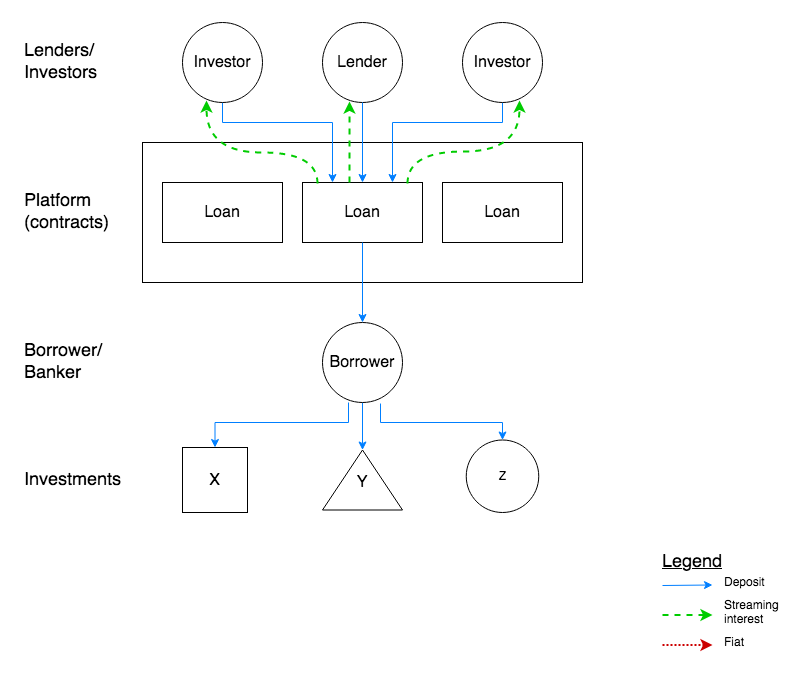
Earlier version of the draw.io export presentation/slide03.png (johnson86tw/defuma). Source tidied: cells renumbered, new cells last; positions are measured from the earlier drawing's top-left corner, leaving out a move shared by most shapes.
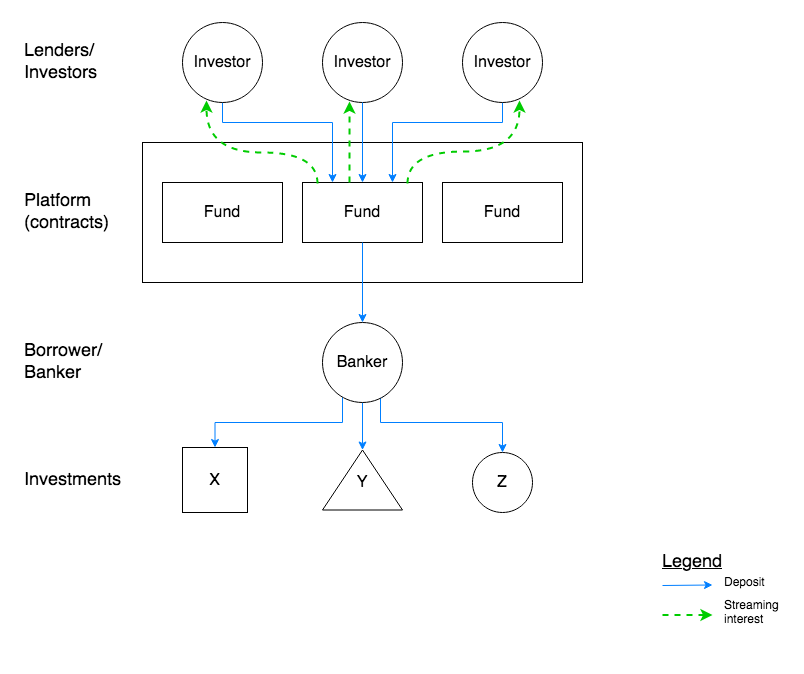
The same file after the commit.

Commit message:
Update slides with lender/investor, borrower/banker

What changed in the source:
```diff
@@ -1,150 +1,142 @@
 <mxGraphModel>
   <root>
-    <mxCell id="0" />
-    <mxCell id="1" parent="0" />
+    <mxCell id="36" />
+    <mxCell id="37" parent="36" />
-    <mxCell id="2" style="rounded=0;whiteSpace=wrap;html=1;strokeWidth=4;fillColor=none;strokeColor=none;" parent="1" vertex="1">
+    <mxCell id="2" style="rounded=0;whiteSpace=wrap;html=1;strokeWidth=4;fillColor=none;strokeColor=none;" parent="37" vertex="1">
       <mxGeometry width="800" height="670" as="geometry" />
     </mxCell>
-    <mxCell id="3" value="&lt;font style=&quot;font-size: 16px&quot;&gt;Lender&lt;/font&gt;" style="ellipse;whiteSpace=wrap;html=1;" parent="1" vertex="1">
-      <mxGeometry x="320" y="20" width="80" height="80" as="geometry" />
-    </mxCell>
-    <mxCell id="4" style="edgeStyle=orthogonalEdgeStyle;rounded=0;jettySize=auto;html=1;strokeColor=#007FFF;" parent="1" edge="1" source="7" target="16">
-      <mxGeometry relative="1" as="geometry" />
-    </mxCell>
-    <mxCell id="5" style="edgeStyle=orthogonalEdgeStyle;rounded=0;jettySize=auto;html=1;entryX=0.5;entryY=0;entryDx=0;entryDy=0;exitX=0.325;exitY=1;exitDx=0;exitDy=0;exitPerimeter=0;strokeColor=#007FFF;" parent="1" edge="1" source="7" target="15">
-      <mxGeometry relative="1" as="geometry">
-        <Array as="points">
-          <mxPoint x="346" y="420" />
-          <mxPoint x="213" y="420" />
-        </Array>
-      </mxGeometry>
-    </mxCell>
-    <mxCell id="6" style="edgeStyle=orthogonalEdgeStyle;rounded=0;jettySize=auto;html=1;exitX=0.725;exitY=1.013;exitDx=0;exitDy=0;exitPerimeter=0;strokeColor=#007FFF;entryX=0.5;entryY=0;entryDx=0;entryDy=0;" parent="1" edge="1" source="7" target="35">
-      <mxGeometry relative="1" as="geometry">
-        <Array as="points">
-          <mxPoint x="378" y="420" />
-          <mxPoint x="500" y="420" />
-          <mxPoint x="500" y="438" />
-        </Array>
-      </mxGeometry>
-    </mxCell>
-    <mxCell id="7" value="&lt;div style=&quot;font-size: 16px&quot;&gt;&lt;font style=&quot;font-size: 16px&quot;&gt;Borrower&lt;/font&gt;&lt;/div&gt;" style="ellipse;whiteSpace=wrap;html=1;" parent="1" vertex="1">
-      <mxGeometry x="320" y="320" width="80" height="80" as="geometry" />
-    </mxCell>
+    <mxCell id="38" value="&lt;font style=&quot;font-size: 16px&quot;&gt;Investor&lt;/font&gt;" style="ellipse;whiteSpace=wrap;html=1;" parent="37" vertex="1">
+      <mxGeometry x="320" y="20" width="80" height="80" as="geometry" />
+    </mxCell>
+    <mxCell id="39" style="edgeStyle=orthogonalEdgeStyle;rounded=0;jettySize=auto;html=1;strokeColor=#007FFF;" parent="37" edge="1" source="42" target="16">
+      <mxGeometry relative="1" as="geometry" />
+    </mxCell>
+    <mxCell id="40" style="edgeStyle=orthogonalEdgeStyle;rounded=0;jettySize=auto;html=1;exitX=0.75;exitY=0.938;exitDx=0;exitDy=0;exitPerimeter=0;strokeColor=#007FFF;entryX=0.5;entryY=0;entryDx=0;entryDy=0;" parent="37" edge="1" source="42" target="35">
+      <mxGeometry relative="1" as="geometry">
+        <Array as="points">
+          <mxPoint x="378" y="395" />
+          <mxPoint x="378" y="420" />
+          <mxPoint x="500" y="420" />
+        </Array>
+      </mxGeometry>
+    </mxCell>
+    <mxCell id="41" style="edgeStyle=orthogonalEdgeStyle;rounded=0;jettySize=auto;html=1;entryX=0.5;entryY=0;entryDx=0;entryDy=0;exitX=0.263;exitY=0.938;exitDx=0;exitDy=0;exitPerimeter=0;strokeColor=#007FFF;" parent="37" edge="1" source="42" target="15">
+      <mxGeometry relative="1" as="geometry">
+        <Array as="points">
+          <mxPoint x="340" y="395" />
+          <mxPoint x="340" y="420" />
+          <mxPoint x="213" y="420" />
+        </Array>
+      </mxGeometry>
+    </mxCell>
+    <mxCell id="42" value="&lt;div style=&quot;font-size: 16px&quot;&gt;&lt;font style=&quot;font-size: 16px&quot;&gt;Banker&lt;/font&gt;&lt;/div&gt;" style="ellipse;whiteSpace=wrap;html=1;" parent="37" vertex="1">
+      <mxGeometry x="320" y="320" width="80" height="80" as="geometry" />
+    </mxCell>
-    <mxCell id="8" style="rounded=0;whiteSpace=wrap;html=1;" parent="1" vertex="1">
+    <mxCell id="8" style="rounded=0;whiteSpace=wrap;html=1;" parent="37" vertex="1">
       <mxGeometry x="140" y="140" width="440" height="140" as="geometry" />
     </mxCell>
-    <mxCell id="9" value="&lt;font style=&quot;font-size: 16px&quot;&gt;Loan&lt;/font&gt;" style="rounded=0;whiteSpace=wrap;html=1;" parent="1" vertex="1">
-      <mxGeometry x="300" y="180" width="120" height="60" as="geometry" />
-    </mxCell>
-    <mxCell id="10" style="endArrow=classic;html=1;exitX=0.5;exitY=1;exitDx=0;exitDy=0;entryX=0.5;entryY=0;entryDx=0;entryDy=0;strokeColor=#007FFF;" parent="1" edge="1" source="3" target="9">
-      <mxGeometry relative="1" as="geometry" />
-    </mxCell>
-    <mxCell id="11" style="endArrow=classic;html=1;exitX=0.5;exitY=1;exitDx=0;exitDy=0;entryX=0.5;entryY=0;entryDx=0;entryDy=0;strokeColor=#007FFF;" parent="1" edge="1" source="9" target="7">
-      <mxGeometry relative="1" as="geometry" />
-    </mxCell>
+    <mxCell id="43" value="&lt;font style=&quot;font-size: 16px&quot;&gt;Fund&lt;/font&gt;" style="rounded=0;whiteSpace=wrap;html=1;" parent="37" vertex="1">
+      <mxGeometry x="300" y="180" width="120" height="60" as="geometry" />
+    </mxCell>
+    <mxCell id="44" style="endArrow=classic;html=1;exitX=0.5;exitY=1;exitDx=0;exitDy=0;entryX=0.5;entryY=0;entryDx=0;entryDy=0;strokeColor=#007FFF;" parent="37" edge="1" source="38" target="43">
+      <mxGeometry relative="1" as="geometry" />
+    </mxCell>
+    <mxCell id="45" style="endArrow=classic;html=1;exitX=0.5;exitY=1;exitDx=0;exitDy=0;entryX=0.5;entryY=0;entryDx=0;entryDy=0;strokeColor=#007FFF;" parent="37" edge="1" source="43" target="42">
+      <mxGeometry relative="1" as="geometry" />
+    </mxCell>
-    <mxCell id="12" value="&lt;div align=&quot;left&quot;&gt;&lt;font style=&quot;font-size: 18px&quot;&gt;Platform&lt;/font&gt;&lt;br&gt;&lt;font style=&quot;font-size: 18px&quot;&gt;(contracts)&lt;/font&gt;&lt;/div&gt;" style="text;html=1;strokeColor=none;fillColor=none;align=left;verticalAlign=middle;whiteSpace=wrap;rounded=0;" parent="1" vertex="1">
+    <mxCell id="12" value="&lt;div align=&quot;left&quot;&gt;&lt;font style=&quot;font-size: 18px&quot;&gt;Platform&lt;/font&gt;&lt;br&gt;&lt;font style=&quot;font-size: 18px&quot;&gt;(contracts)&lt;/font&gt;&lt;/div&gt;" style="text;html=1;strokeColor=none;fillColor=none;align=left;verticalAlign=middle;whiteSpace=wrap;rounded=0;" parent="37" vertex="1">
       <mxGeometry x="20" y="200" width="40" height="20" as="geometry" />
     </mxCell>
-    <mxCell id="13" value="&lt;div align=&quot;left&quot;&gt;&lt;font style=&quot;font-size: 18px&quot;&gt;Lenders/ Investors&lt;/font&gt;&lt;/div&gt;" style="text;html=1;strokeColor=none;fillColor=none;align=left;verticalAlign=middle;whiteSpace=wrap;rounded=0;" parent="1" vertex="1">
+    <mxCell id="13" value="&lt;div align=&quot;left&quot;&gt;&lt;font style=&quot;font-size: 18px&quot;&gt;Lenders/ Investors&lt;/font&gt;&lt;/div&gt;" style="text;html=1;strokeColor=none;fillColor=none;align=left;verticalAlign=middle;whiteSpace=wrap;rounded=0;" parent="37" vertex="1">
       <mxGeometry x="20" y="50" width="40" height="20" as="geometry" />
     </mxCell>
-    <mxCell id="14" value="&lt;div style=&quot;font-size: 18px&quot; align=&quot;left&quot;&gt;&lt;font style=&quot;font-size: 18px&quot;&gt;Borrower/ Banker&lt;/font&gt;&lt;/div&gt;" style="text;html=1;strokeColor=none;fillColor=none;align=left;verticalAlign=middle;whiteSpace=wrap;rounded=0;" parent="1" vertex="1">
+    <mxCell id="14" value="&lt;div style=&quot;font-size: 18px&quot; align=&quot;left&quot;&gt;&lt;font style=&quot;font-size: 18px&quot;&gt;Borrower/ Banker&lt;/font&gt;&lt;/div&gt;" style="text;html=1;strokeColor=none;fillColor=none;align=left;verticalAlign=middle;whiteSpace=wrap;rounded=0;" parent="37" vertex="1">
       <mxGeometry x="20" y="350" width="40" height="20" as="geometry" />
     </mxCell>
-    <mxCell id="15" value="&lt;font style=&quot;font-size: 16px&quot;&gt;X&lt;/font&gt;" style="whiteSpace=wrap;html=1;" parent="1" vertex="1">
+    <mxCell id="15" value="&lt;font style=&quot;font-size: 16px&quot;&gt;X&lt;/font&gt;" style="whiteSpace=wrap;html=1;" parent="37" vertex="1">
       <mxGeometry x="180" y="445" width="65" height="65" as="geometry" />
     </mxCell>
-    <mxCell id="16" style="triangle;whiteSpace=wrap;html=1;rotation=-90;" parent="1" vertex="1">
+    <mxCell id="16" style="triangle;whiteSpace=wrap;html=1;rotation=-90;" parent="37" vertex="1">
       <mxGeometry x="330" y="437.5" width="60" height="80" as="geometry" />
     </mxCell>
-    <mxCell id="17" value="&lt;div style=&quot;font-size: 18px&quot; align=&quot;left&quot;&gt;&lt;font style=&quot;font-size: 18px&quot;&gt;Investments&lt;/font&gt;&lt;/div&gt;" style="text;html=1;strokeColor=none;fillColor=none;align=left;verticalAlign=middle;whiteSpace=wrap;rounded=0;" parent="1" vertex="1">
+    <mxCell id="17" value="&lt;div style=&quot;font-size: 18px&quot; align=&quot;left&quot;&gt;&lt;font style=&quot;font-size: 18px&quot;&gt;Investments&lt;/font&gt;&lt;/div&gt;" style="text;html=1;strokeColor=none;fillColor=none;align=left;verticalAlign=middle;whiteSpace=wrap;rounded=0;" parent="37" vertex="1">
       <mxGeometry x="20" y="467.5" width="40" height="20" as="geometry" />
     </mxCell>
-    <mxCell id="18" style="edgeStyle=orthogonalEdgeStyle;rounded=0;jettySize=auto;html=1;entryX=0.75;entryY=0;entryDx=0;entryDy=0;strokeColor=#007FFF;" parent="1" edge="1" source="19" target="9">
-      <mxGeometry relative="1" as="geometry">
-        <Array as="points">
-          <mxPoint x="500" y="120" />
-          <mxPoint x="390" y="120" />
-        </Array>
-      </mxGeometry>
-    </mxCell>
+    <mxCell id="46" style="edgeStyle=orthogonalEdgeStyle;rounded=0;jettySize=auto;html=1;entryX=0.75;entryY=0;entryDx=0;entryDy=0;strokeColor=#007FFF;" parent="37" edge="1" source="19" target="43">
+      <mxGeometry relative="1" as="geometry">
+        <Array as="points">
+          <mxPoint x="500" y="120" />
+          <mxPoint x="390" y="120" />
+        </Array>
+      </mxGeometry>
+    </mxCell>
-    <mxCell id="19" value="&lt;font style=&quot;font-size: 16px&quot;&gt;Investor&lt;/font&gt;" style="ellipse;whiteSpace=wrap;html=1;" parent="1" vertex="1">
+    <mxCell id="19" value="&lt;font style=&quot;font-size: 16px&quot;&gt;Investor&lt;/font&gt;" style="ellipse;whiteSpace=wrap;html=1;" parent="37" vertex="1">
       <mxGeometry x="460" y="20" width="80" height="80" as="geometry" />
     </mxCell>
-    <mxCell id="20" style="edgeStyle=orthogonalEdgeStyle;rounded=0;jettySize=auto;html=1;entryX=0.25;entryY=0;entryDx=0;entryDy=0;strokeColor=#007FFF;" parent="1" edge="1" source="21" target="9">
-      <mxGeometry relative="1" as="geometry">
-        <Array as="points">
-          <mxPoint x="220" y="120" />
-          <mxPoint x="330" y="120" />
-        </Array>
-      </mxGeometry>
-    </mxCell>
+    <mxCell id="47" style="edgeStyle=orthogonalEdgeStyle;rounded=0;jettySize=auto;html=1;entryX=0.25;entryY=0;entryDx=0;entryDy=0;strokeColor=#007FFF;" parent="37" edge="1" source="21" target="43">
+      <mxGeometry relative="1" as="geometry">
+        <Array as="points">
+          <mxPoint x="220" y="120" />
+          <mxPoint x="330" y="120" />
+        </Array>
+      </mxGeometry>
+    </mxCell>
-    <mxCell id="21" value="&lt;font style=&quot;font-size: 16px&quot;&gt;Investor&lt;/font&gt;" style="ellipse;whiteSpace=wrap;html=1;" parent="1" vertex="1">
+    <mxCell id="21" value="&lt;font style=&quot;font-size: 16px&quot;&gt;Investor&lt;/font&gt;" style="ellipse;whiteSpace=wrap;html=1;" parent="37" vertex="1">
       <mxGeometry x="180" y="20" width="80" height="80" as="geometry" />
     </mxCell>
-    <mxCell id="22" value="&lt;font style=&quot;font-size: 16px&quot;&gt;Y&lt;/font&gt;" style="text;html=1;strokeColor=none;fillColor=none;align=center;verticalAlign=middle;whiteSpace=wrap;rounded=0;" parent="1" vertex="1">
+    <mxCell id="22" value="&lt;font style=&quot;font-size: 16px&quot;&gt;Y&lt;/font&gt;" style="text;html=1;strokeColor=none;fillColor=none;align=center;verticalAlign=middle;whiteSpace=wrap;rounded=0;" parent="37" vertex="1">
       <mxGeometry x="340" y="470" width="40" height="20" as="geometry" />
     </mxCell>
-    <mxCell id="23" value="&lt;font style=&quot;font-size: 16px&quot;&gt;Loan&lt;/font&gt;" style="rounded=0;whiteSpace=wrap;html=1;" parent="1" vertex="1">
-      <mxGeometry x="440" y="180" width="120" height="60" as="geometry" />
-    </mxCell>
-    <mxCell id="24" value="&lt;font style=&quot;font-size: 16px&quot;&gt;Loan&lt;/font&gt;" style="rounded=0;whiteSpace=wrap;html=1;" parent="1" vertex="1">
-      <mxGeometry x="160" y="180" width="120" height="60" as="geometry" />
-    </mxCell>
-    <mxCell id="25" style="curved=1;endArrow=classic;html=1;exitX=0.125;exitY=0.017;exitDx=0;exitDy=0;exitPerimeter=0;entryX=0.3;entryY=0.975;entryDx=0;entryDy=0;entryPerimeter=0;dashed=1;strokeColor=#00CC00;strokeWidth=2;" parent="1" edge="1" source="9" target="21">
-      <mxGeometry relative="1" as="geometry">
-        <Array as="points">
-          <mxPoint x="315" y="150" />
-          <mxPoint x="204" y="150" />
-        </Array>
-      </mxGeometry>
-    </mxCell>
-    <mxCell id="26" style="curved=1;endArrow=classic;html=1;exitX=0.875;exitY=0.017;exitDx=0;exitDy=0;exitPerimeter=0;entryX=0.713;entryY=0.975;entryDx=0;entryDy=0;entryPerimeter=0;dashed=1;strokeColor=#00CC00;strokeWidth=2;" parent="1" edge="1" source="9" target="19">
-      <mxGeometry relative="1" as="geometry">
-        <Array as="points">
-          <mxPoint x="405" y="149" />
-          <mxPoint x="517" y="149" />
-        </Array>
-      </mxGeometry>
-    </mxCell>
+    <mxCell id="48" value="&lt;font style=&quot;font-size: 16px&quot;&gt;Fund&lt;/font&gt;" style="rounded=0;whiteSpace=wrap;html=1;" parent="37" vertex="1">
+      <mxGeometry x="440" y="180" width="120" height="60" as="geometry" />
+    </mxCell>
+    <mxCell id="49" value="&lt;font style=&quot;font-size: 16px&quot;&gt;Fund&lt;/font&gt;" style="rounded=0;whiteSpace=wrap;html=1;" parent="37" vertex="1">
+      <mxGeometry x="160" y="180" width="120" height="60" as="geometry" />
+    </mxCell>
+    <mxCell id="50" style="curved=1;endArrow=classic;html=1;exitX=0.125;exitY=0.017;exitDx=0;exitDy=0;exitPerimeter=0;entryX=0.3;entryY=0.975;entryDx=0;entryDy=0;entryPerimeter=0;dashed=1;strokeColor=#00CC00;strokeWidth=2;" parent="37" edge="1" source="43" target="21">
+      <mxGeometry relative="1" as="geometry">
+        <Array as="points">
+          <mxPoint x="315" y="150" />
+          <mxPoint x="204" y="150" />
+        </Array>
+      </mxGeometry>
+    </mxCell>
+    <mxCell id="51" style="curved=1;endArrow=classic;html=1;exitX=0.875;exitY=0.017;exitDx=0;exitDy=0;exitPerimeter=0;entryX=0.713;entryY=0.975;entryDx=0;entryDy=0;entryPerimeter=0;dashed=1;strokeColor=#00CC00;strokeWidth=2;" parent="37" edge="1" source="43" target="19">
+      <mxGeometry relative="1" as="geometry">
+        <Array as="points">
+          <mxPoint x="405" y="149" />
+          <mxPoint x="517" y="149" />
+        </Array>
+      </mxGeometry>
+    </mxCell>
-    <mxCell id="27" value="&lt;u&gt;&lt;font style=&quot;font-size: 18px&quot;&gt;Legend&lt;/font&gt;&lt;/u&gt;" style="text;html=1;strokeColor=none;fillColor=none;align=center;verticalAlign=middle;whiteSpace=wrap;rounded=0;" parent="1" vertex="1">
+    <mxCell id="27" value="&lt;u&gt;&lt;font style=&quot;font-size: 18px&quot;&gt;Legend&lt;/font&gt;&lt;/u&gt;" style="text;html=1;strokeColor=none;fillColor=none;align=center;verticalAlign=middle;whiteSpace=wrap;rounded=0;" parent="37" vertex="1">
       <mxGeometry x="670" y="550" width="40" height="20" as="geometry" />
     </mxCell>
-    <mxCell id="28" style="endArrow=classic;html=1;dashed=1;strokeColor=#00CC00;strokeWidth=2;" parent="1" edge="1">
-      <mxGeometry relative="1" as="geometry">
-        <mxPoint x="660" y="612.5" as="sourcePoint" />
-        <mxPoint x="710" y="612.5" as="targetPoint" />
-      </mxGeometry>
-    </mxCell>
+    <mxCell id="52" style="endArrow=classic;html=1;dashed=1;strokeColor=#00CC00;strokeWidth=2;" parent="37" edge="1">
+      <mxGeometry relative="1" as="geometry">
+        <mxPoint x="660" y="612.5" as="sourcePoint" />
+        <mxPoint x="710" y="612.5" as="targetPoint" />
+      </mxGeometry>
+    </mxCell>
-    <mxCell id="29" value="&lt;div align=&quot;left&quot;&gt;Streaming interest&lt;br&gt;&lt;/div&gt;" style="text;html=1;strokeColor=none;fillColor=none;align=left;verticalAlign=middle;whiteSpace=wrap;rounded=0;" parent="1" vertex="1">
+    <mxCell id="29" value="&lt;div align=&quot;left&quot;&gt;Streaming interest&lt;br&gt;&lt;/div&gt;" style="text;html=1;strokeColor=none;fillColor=none;align=left;verticalAlign=middle;whiteSpace=wrap;rounded=0;" parent="37" vertex="1">
       <mxGeometry x="720" y="600" width="40" height="20" as="geometry" />
     </mxCell>
-    <mxCell id="30" style="endArrow=classic;html=1;strokeColor=#007FFF;" parent="1" edge="1">
-      <mxGeometry relative="1" as="geometry">
-        <mxPoint x="660" y="583" as="sourcePoint" />
-        <mxPoint x="710" y="582.5" as="targetPoint" />
-      </mxGeometry>
-    </mxCell>
+    <mxCell id="53" style="endArrow=classic;html=1;strokeColor=#007FFF;" parent="37" edge="1">
+      <mxGeometry relative="1" as="geometry">
+        <mxPoint x="660" y="583" as="sourcePoint" />
+        <mxPoint x="710" y="582.5" as="targetPoint" />
+      </mxGeometry>
+    </mxCell>
-    <mxCell id="31" value="Deposit" style="text;html=1;strokeColor=none;fillColor=none;align=left;verticalAlign=middle;whiteSpace=wrap;rounded=0;" parent="1" vertex="1">
+    <mxCell id="31" value="Deposit" style="text;html=1;strokeColor=none;fillColor=none;align=left;verticalAlign=middle;whiteSpace=wrap;rounded=0;" parent="37" vertex="1">
       <mxGeometry x="720" y="570" width="40" height="20" as="geometry" />
     </mxCell>
-    <mxCell id="32" style="endArrow=classic;html=1;entryX=0.338;entryY=0.988;entryDx=0;entryDy=0;entryPerimeter=0;dashed=1;strokeColor=#00CC00;strokeWidth=2;" parent="1" edge="1" target="3">
-      <mxGeometry relative="1" as="geometry">
-        <mxPoint x="347" y="180" as="sourcePoint" />
-      </mxGeometry>
-    </mxCell>
-    <mxCell id="33" style="endArrow=classic;html=1;strokeColor=#CC0000;strokeWidth=2;dashed=1;dashPattern=1 1;" parent="1" edge="1">
-      <mxGeometry relative="1" as="geometry">
-        <mxPoint x="660" y="642.5" as="sourcePoint" />
-        <mxPoint x="710" y="642.5" as="targetPoint" />
-      </mxGeometry>
-    </mxCell>
-    <mxCell id="34" value="&lt;div&gt;Fiat&lt;/div&gt;" style="text;html=1;strokeColor=none;fillColor=none;align=left;verticalAlign=middle;whiteSpace=wrap;rounded=0;" parent="1" vertex="1">
-      <mxGeometry x="720" y="630" width="40" height="20" as="geometry" />
-    </mxCell>
+    <mxCell id="54" style="endArrow=classic;html=1;entryX=0.338;entryY=0.988;entryDx=0;entryDy=0;entryPerimeter=0;dashed=1;strokeColor=#00CC00;strokeWidth=2;" parent="37" edge="1" target="38">
+      <mxGeometry relative="1" as="geometry">
+        <mxPoint x="347" y="180" as="sourcePoint" />
+      </mxGeometry>
+    </mxCell>
-    <mxCell id="35" value="Z" style="ellipse;whiteSpace=wrap;html=1;" parent="1" vertex="1">
-      <mxGeometry x="463.8" y="437.5" width="72.5" height="72.5" as="geometry" />
+    <mxCell id="35" value="&lt;font style=&quot;font-size: 16px&quot;&gt;Z&lt;/font&gt;" style="ellipse;whiteSpace=wrap;html=1;" parent="37" vertex="1">
+      <mxGeometry x="470" y="450" width="60" height="60" as="geometry" />
     </mxCell>
   </root>
 </mxGraphModel>
```
